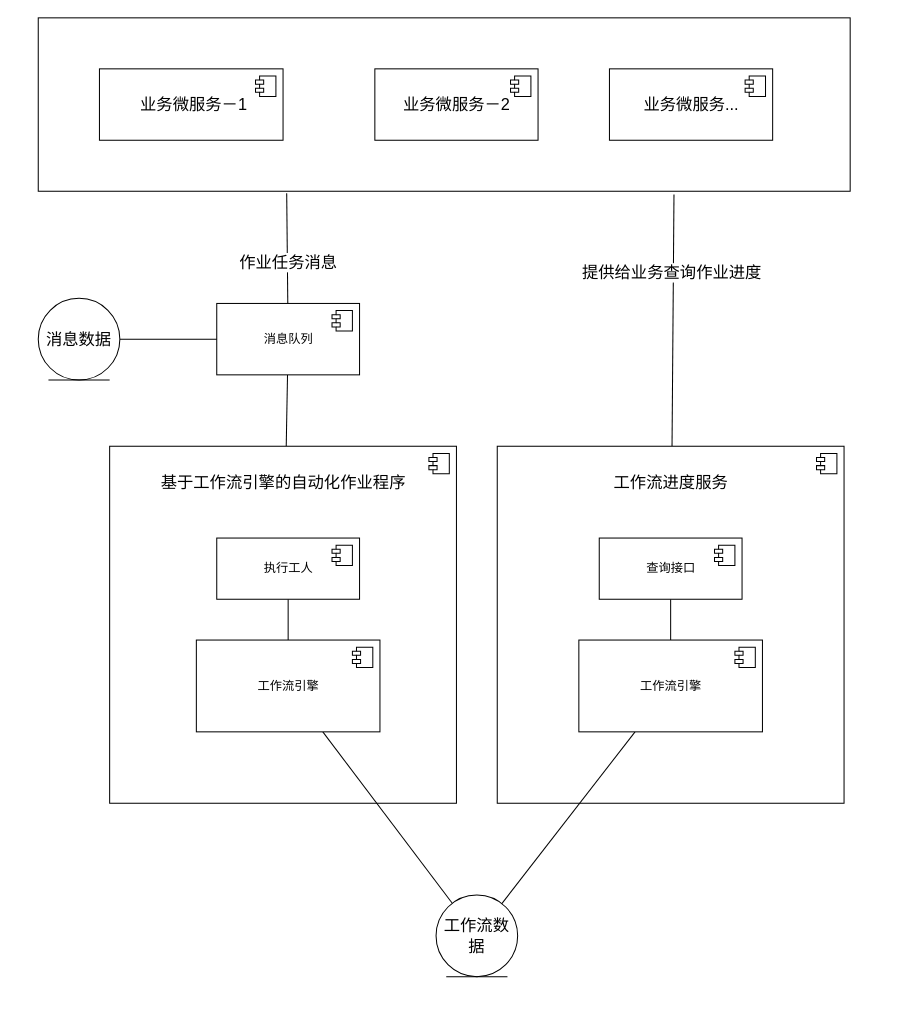
Above: page "逻辑架构" (1 of 3) of blog/business_observable/003/_design/think.drawio in codepodspace/codepod-docs (draw.io), before the change. Source tidied: cells renumbered, new cells numbered last; positions are measured from the earlier drawing's top-left corner, leaving out a move shared by most shapes. Both pictures are drawn from the tidied source at 102%, with x=0, y=0 at pixel (38, 17).
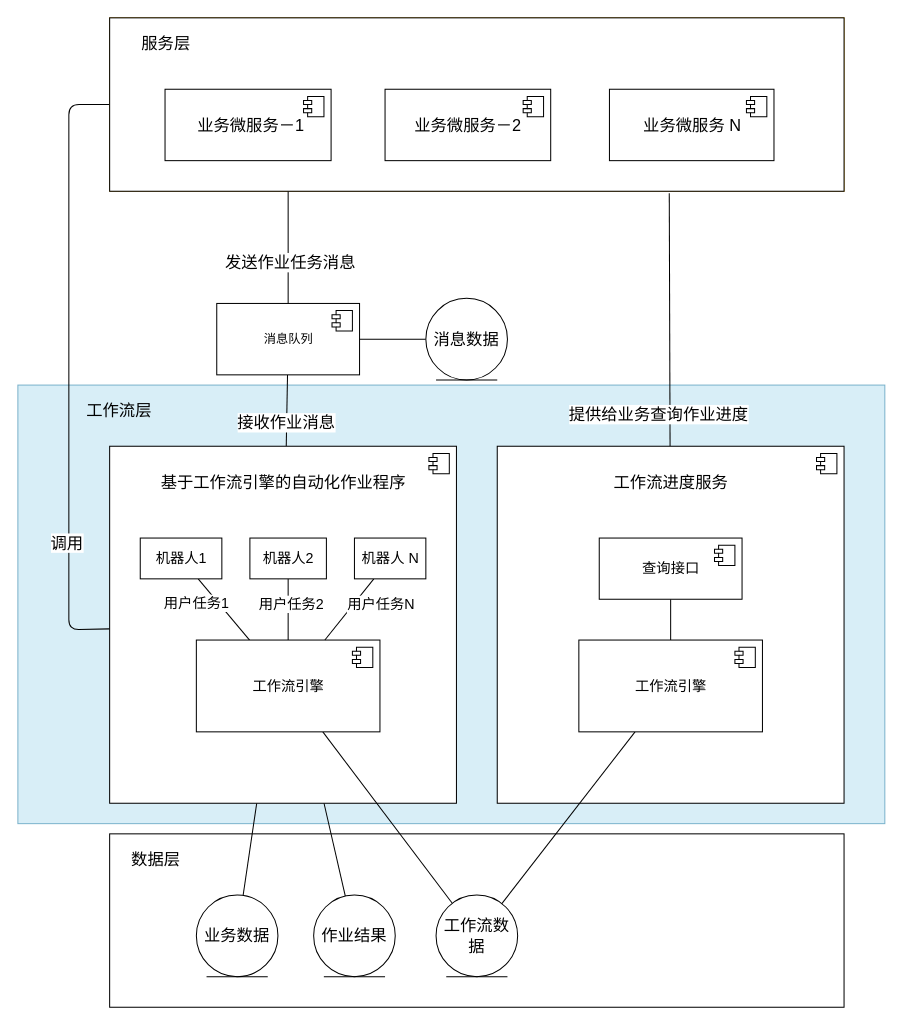
The same page after the edit.

The change refers to these unchanged cells:
```xml
<mxCell id="4" style="html=1;" parent="1" vertex="1">
  <mxGeometry x="450" y="420" width="340" height="350" as="geometry" />
</mxCell>
<mxCell id="6" style="edgeStyle=none;html=1;endArrow=none;endFill=0;" parent="1" edge="1" source="7" target="9">
  <mxGeometry relative="1" as="geometry" />
</mxCell>
<mxCell id="7" value="消息队列" style="html=1;" parent="1" vertex="1">
  <mxGeometry x="175" y="280" width="140" height="70" as="geometry" />
</mxCell>
<mxCell id="9" style="html=1;" parent="1" vertex="1">
  <mxGeometry x="70" y="420" width="340" height="350" as="geometry" />
</mxCell>
```

The edit, as a diff of the source:
```diff
@@
+    <mxCell id="38" style="rounded=0;whiteSpace=wrap;html=1;fontSize=16;fillColor=#b1ddf0;strokeColor=#10739e;opacity=50;" parent="1" vertex="1">
+      <mxGeometry x="-20" y="360" width="850" height="430" as="geometry" />
+    </mxCell>
+    <mxCell id="39" style="rounded=0;whiteSpace=wrap;html=1;fontSize=16;" parent="1" vertex="1">
+      <mxGeometry x="70" y="800" width="720" height="170" as="geometry" />
+    </mxCell>
-    <mxCell id="2" style="edgeStyle=none;html=1;entryX=0.783;entryY=1.019;entryDx=0;entryDy=0;entryPerimeter=0;fontSize=16;endArrow=none;endFill=0;" parent="1" edge="1" source="4" target="27">
+    <mxCell id="2" style="edgeStyle=none;html=1;entryX=0.762;entryY=1.011;entryDx=0;entryDy=0;entryPerimeter=0;fontSize=16;endArrow=none;endFill=0;" parent="1" edge="1" source="4" target="27">
       <mxGeometry relative="1" as="geometry" />
     </mxCell>
     <mxCell id="3" value="提供给业务查询作业进度" style="edgeLabel;html=1;align=center;verticalAlign=middle;fontSize=16;" parent="2" vertex="1">
       <mxGeometry x="0.1" y="-1" relative="1" as="geometry">
-        <mxPoint x="-3" y="-35" as="offset" />
+        <mxPoint x="-13" y="105" as="offset" />
       </mxGeometry>
     </mxCell>
@@
+    <mxCell id="40" value="接收作业消息" style="edgeLabel;html=1;align=center;verticalAlign=middle;fontSize=16;" parent="6" vertex="1">
+      <mxGeometry x="0.34" y="-1" relative="1" as="geometry" />
+    </mxCell>
@@
+    <mxCell id="41" style="edgeStyle=none;html=1;fontSize=14;endArrow=none;endFill=0;" parent="1" edge="1" source="9" target="54">
+      <mxGeometry relative="1" as="geometry" />
+    </mxCell>
+    <mxCell id="42" style="edgeStyle=none;html=1;fontSize=14;endArrow=none;endFill=0;entryX=0;entryY=0.5;entryDx=0;entryDy=0;strokeColor=#000000;strokeWidth=1;" parent="1" edge="1" source="9" target="27">
+      <mxGeometry relative="1" as="geometry">
+        <Array as="points">
+          <mxPoint x="30" y="600" />
+          <mxPoint x="30" y="85" />
+        </Array>
+      </mxGeometry>
+    </mxCell>
+    <mxCell id="43" value="调用" style="edgeLabel;html=1;align=center;verticalAlign=middle;fontSize=16;" parent="42" vertex="1">
+      <mxGeometry x="-0.13" y="3" relative="1" as="geometry">
+        <mxPoint y="133" as="offset" />
+      </mxGeometry>
+    </mxCell>
+    <mxCell id="44" style="edgeStyle=none;html=1;strokeColor=#000000;strokeWidth=1;fontSize=16;endArrow=none;endFill=0;" parent="1" edge="1" source="9" target="55">
+      <mxGeometry relative="1" as="geometry" />
+    </mxCell>
@@
-    <mxCell id="11" style="edgeStyle=none;html=1;endArrow=none;endFill=0;" parent="1" edge="1" source="12" target="15">
+    <mxCell id="11" style="edgeStyle=none;html=1;endArrow=none;endFill=0;fontSize=14;" parent="1" edge="1" source="12" target="15">
       <mxGeometry relative="1" as="geometry" />
     </mxCell>
+    <mxCell id="45" value="用户任务1" style="edgeLabel;html=1;align=center;verticalAlign=middle;fontSize=14;" parent="11" vertex="1">
+      <mxGeometry x="-0.27" y="-2" relative="1" as="geometry">
+        <mxPoint x="-19" as="offset" />
+      </mxGeometry>
+    </mxCell>
-    <mxCell id="12" value="执行工人" style="html=1;" parent="1" vertex="1">
-      <mxGeometry x="175" y="510" width="140" height="60" as="geometry" />
+    <mxCell id="12" value="机器人1" style="html=1;fontSize=14;" parent="1" vertex="1">
+      <mxGeometry x="100" y="510" width="80" height="40" as="geometry" />
     </mxCell>
-    <mxCell id="13" style="shape=module;jettyWidth=8;jettyHeight=4;" parent="12" vertex="1">
-      <mxGeometry x="1" width="20" height="20" relative="1" as="geometry">
-        <mxPoint x="-27" y="7" as="offset" />
-      </mxGeometry>
-    </mxCell>
@@
-    <mxCell id="15" value="工作流引擎" style="html=1;" parent="1" vertex="1">
+    <mxCell id="15" value="工作流引擎" style="html=1;fontSize=14;" parent="1" vertex="1">
       <mxGeometry x="155" y="610" width="180" height="90" as="geometry" />
     </mxCell>
-    <mxCell id="16" style="shape=module;jettyWidth=8;jettyHeight=4;" parent="15" vertex="1">
+    <mxCell id="16" style="shape=module;jettyWidth=8;jettyHeight=4;fontSize=14;" parent="15" vertex="1">
       <mxGeometry x="1" width="20" height="20" relative="1" as="geometry">
         <mxPoint x="-27" y="7" as="offset" />
       </mxGeometry>
     </mxCell>
@@
-    <mxCell id="19" style="edgeStyle=none;html=1;fontSize=16;endArrow=none;endFill=0;" parent="1" edge="1" source="20" target="23">
+    <mxCell id="19" style="edgeStyle=none;html=1;fontSize=14;endArrow=none;endFill=0;" parent="1" edge="1" source="20" target="23">
       <mxGeometry relative="1" as="geometry" />
     </mxCell>
-    <mxCell id="20" value="查询接口" style="html=1;" parent="1" vertex="1">
+    <mxCell id="20" value="查询接口" style="html=1;fontSize=14;" parent="1" vertex="1">
       <mxGeometry x="550" y="510" width="140" height="60" as="geometry" />
     </mxCell>
-    <mxCell id="21" style="shape=module;jettyWidth=8;jettyHeight=4;" parent="20" vertex="1">
+    <mxCell id="21" style="shape=module;jettyWidth=8;jettyHeight=4;fontSize=14;" parent="20" vertex="1">
       <mxGeometry x="1" width="20" height="20" relative="1" as="geometry">
         <mxPoint x="-27" y="7" as="offset" />
       </mxGeometry>
     </mxCell>
@@
-    <mxCell id="23" value="工作流引擎" style="html=1;" parent="1" vertex="1">
+    <mxCell id="23" value="工作流引擎" style="html=1;fontSize=14;" parent="1" vertex="1">
       <mxGeometry x="530" y="610" width="180" height="90" as="geometry" />
     </mxCell>
-    <mxCell id="24" style="shape=module;jettyWidth=8;jettyHeight=4;" parent="23" vertex="1">
+    <mxCell id="24" style="shape=module;jettyWidth=8;jettyHeight=4;fontSize=14;" parent="23" vertex="1">
       <mxGeometry x="1" width="20" height="20" relative="1" as="geometry">
         <mxPoint x="-27" y="7" as="offset" />
       </mxGeometry>
     </mxCell>
@@
-    <mxCell id="26" style="group;" parent="1" vertex="1">
-      <mxGeometry width="796" height="170" as="geometry" />
+    <mxCell id="26" style="group;fillColor=#ffe6cc;strokeColor=#d79b00;" parent="1" vertex="1">
+      <mxGeometry x="70" width="720" height="170" as="geometry" />
     </mxCell>
+    <mxCell id="34" style="edgeStyle=none;html=1;fontSize=16;endArrow=none;endFill=0;" parent="1" edge="1" target="7">
+      <mxGeometry relative="1" as="geometry">
+        <mxPoint x="245" y="170" as="sourcePoint" />
+      </mxGeometry>
+    </mxCell>
+    <mxCell id="35" value="发送作业任务消息" style="edgeLabel;html=1;align=center;verticalAlign=middle;fontSize=16;" parent="34" vertex="1">
+      <mxGeometry x="-0.33" y="-3" relative="1" as="geometry">
+        <mxPoint x="4" y="32" as="offset" />
+      </mxGeometry>
+    </mxCell>
+    <mxCell id="36" style="edgeStyle=none;html=1;fontSize=16;endArrow=none;endFill=0;" parent="1" edge="1" source="37" target="7">
+      <mxGeometry relative="1" as="geometry" />
+    </mxCell>
+    <mxCell id="37" value="消息数据" style="ellipse;shape=umlEntity;whiteSpace=wrap;html=1;fontSize=16;" parent="1" vertex="1">
+      <mxGeometry x="380" y="275" width="80" height="80" as="geometry" />
+    </mxCell>
+    <mxCell id="46" style="edgeStyle=none;html=1;fontSize=14;endArrow=none;endFill=0;" parent="1" edge="1" source="48" target="15">
+      <mxGeometry relative="1" as="geometry" />
+    </mxCell>
+    <mxCell id="47" value="用户任务2" style="edgeLabel;html=1;align=center;verticalAlign=middle;fontSize=14;" parent="46" vertex="1">
+      <mxGeometry x="-0.2" y="2" relative="1" as="geometry" />
+    </mxCell>
+    <mxCell id="48" value="机器人2" style="html=1;fontSize=14;" parent="1" vertex="1">
+      <mxGeometry x="207.5" y="510" width="75" height="40" as="geometry" />
+    </mxCell>
+    <mxCell id="49" style="edgeStyle=none;html=1;fontSize=14;endArrow=none;endFill=0;" parent="1" edge="1" source="51" target="15">
+      <mxGeometry relative="1" as="geometry" />
+    </mxCell>
+    <mxCell id="50" value="用户任务N" style="edgeLabel;html=1;align=center;verticalAlign=middle;fontSize=14;" parent="49" vertex="1">
+      <mxGeometry x="-0.07" y="2" relative="1" as="geometry">
+        <mxPoint x="27" y="-5" as="offset" />
+      </mxGeometry>
+    </mxCell>
+    <mxCell id="51" value="机器人 N" style="html=1;fontSize=14;" parent="1" vertex="1">
+      <mxGeometry x="310" y="510" width="70" height="40" as="geometry" />
+    </mxCell>
+    <mxCell id="52" value="数据层" style="text;html=1;align=center;verticalAlign=middle;strokeColor=none;fillColor=none;fontSize=16;" parent="1" vertex="1">
+      <mxGeometry x="80" y="810" width="70" height="30" as="geometry" />
+    </mxCell>
-    <mxCell id="27" style="rounded=0;whiteSpace=wrap;html=1;fontSize=16;" parent="26" vertex="1">
-      <mxGeometry width="796" height="170" as="geometry" />
+    <mxCell id="27" style="rounded=0;whiteSpace=wrap;html=1;fontSize=16;" parent="1" vertex="1">
+      <mxGeometry x="70" width="720" height="170" as="geometry" />
     </mxCell>
-    <mxCell id="28" value="&amp;nbsp;业务微服务－1" style="html=1;fontSize=16;" parent="26" vertex="1">
-      <mxGeometry x="60" y="50" width="180" height="70" as="geometry" />
+    <mxCell id="28" value="&amp;nbsp;业务微服务－1" style="html=1;fontSize=16;" parent="1" vertex="1">
+      <mxGeometry x="124.3" y="70" width="162.8" height="70" as="geometry" />
     </mxCell>
@@
-    <mxCell id="30" value="业务微服务－2" style="html=1;fontSize=16;" parent="26" vertex="1">
-      <mxGeometry x="330" y="50" width="160" height="70" as="geometry" />
+    <mxCell id="30" value="业务微服务－2" style="html=1;fontSize=16;" parent="1" vertex="1">
+      <mxGeometry x="340" y="70" width="162.4" height="70" as="geometry" />
     </mxCell>
@@
-    <mxCell id="32" value="业务微服务..." style="html=1;fontSize=16;" parent="26" vertex="1">
-      <mxGeometry x="560" y="50" width="160" height="70" as="geometry" />
+    <mxCell id="32" value="业务微服务 N" style="html=1;fontSize=16;" parent="1" vertex="1">
+      <mxGeometry x="560" y="70" width="161.3" height="70" as="geometry" />
     </mxCell>
@@
-    <mxCell id="34" style="edgeStyle=none;html=1;fontSize=16;endArrow=none;endFill=0;exitX=0.306;exitY=1.011;exitDx=0;exitDy=0;exitPerimeter=0;" parent="1" edge="1" source="27" target="7">
-      <mxGeometry relative="1" as="geometry" />
-    </mxCell>
-    <mxCell id="35" value="作业任务消息" style="edgeLabel;html=1;align=center;verticalAlign=middle;fontSize=16;" parent="34" vertex="1">
-      <mxGeometry x="-0.33" y="-3" relative="1" as="geometry">
-        <mxPoint x="4" y="32" as="offset" />
-      </mxGeometry>
-    </mxCell>
-    <mxCell id="36" style="edgeStyle=none;html=1;fontSize=16;endArrow=none;endFill=0;" parent="1" edge="1" source="37" target="7">
-      <mxGeometry relative="1" as="geometry" />
-    </mxCell>
-    <mxCell id="37" value="消息数据" style="ellipse;shape=umlEntity;whiteSpace=wrap;html=1;fontSize=16;" parent="1" vertex="1">
-      <mxGeometry y="275" width="80" height="80" as="geometry" />
-    </mxCell>
+    <mxCell id="53" value="服务层" style="text;html=1;align=center;verticalAlign=middle;strokeColor=none;fillColor=none;fontSize=16;" parent="1" vertex="1">
+      <mxGeometry x="90" y="10" width="70" height="30" as="geometry" />
+    </mxCell>
+    <mxCell id="54" value="作业结果" style="ellipse;shape=umlEntity;whiteSpace=wrap;html=1;fontSize=16;" parent="1" vertex="1">
+      <mxGeometry x="270" y="860" width="80" height="80" as="geometry" />
+    </mxCell>
+    <mxCell id="55" value="业务数据" style="ellipse;shape=umlEntity;whiteSpace=wrap;html=1;fontSize=16;" parent="1" vertex="1">
+      <mxGeometry x="155" y="860" width="80" height="80" as="geometry" />
+    </mxCell>
+    <mxCell id="56" value="工作流层" style="text;html=1;align=center;verticalAlign=middle;strokeColor=none;fillColor=none;fontSize=16;" parent="1" vertex="1">
+      <mxGeometry x="34.3" y="370" width="90" height="30" as="geometry" />
+    </mxCell>
```
